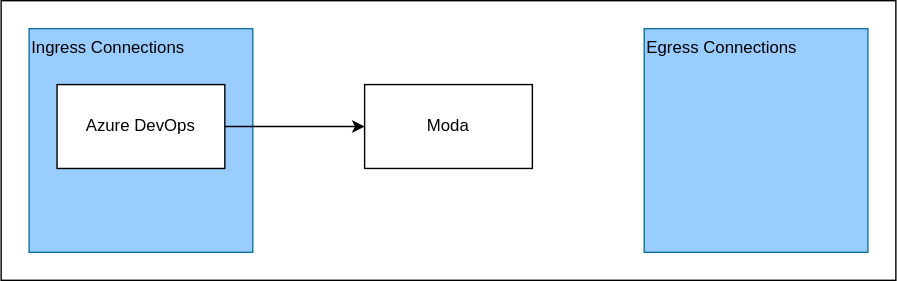
This is docs/app-integration-architecture.drawio.svg from destacey/Moda, a draw.io export, as it was before one commit. Source tidied: cells renumbered, new cells last; positions are measured from the earlier drawing's top-left corner, leaving out a move shared by most shapes. Source of this version:
```xml
<mxGraphModel>
  <root>
    <mxCell id="0" />
    <mxCell id="1" parent="0" />
    <mxCell id="2" style="rounded=0;whiteSpace=wrap;html=1;" parent="1" vertex="1">
      <mxGeometry width="640" height="200" as="geometry" />
    </mxCell>
    <mxCell id="3" value="Ingress Connections" style="rounded=0;whiteSpace=wrap;html=1;align=left;verticalAlign=top;fillColor=#99CCFF;strokeColor=#10739e;fontColor=#000000;" parent="1" vertex="1">
      <mxGeometry x="20" y="20" width="160" height="160" as="geometry" />
    </mxCell>
    <mxCell id="4" style="edgeStyle=none;html=1;exitX=1;exitY=0.5;exitDx=0;exitDy=0;entryX=0;entryY=0.5;entryDx=0;entryDy=0;fontColor=#FFFFFF;" parent="1" edge="1" source="5" target="6">
      <mxGeometry relative="1" as="geometry" />
    </mxCell>
    <mxCell id="5" value="Azure DevOps" style="rounded=0;whiteSpace=wrap;html=1;" parent="1" vertex="1">
      <mxGeometry x="40" y="60" width="120" height="60" as="geometry" />
    </mxCell>
    <mxCell id="6" value="Moda" style="rounded=0;whiteSpace=wrap;html=1;fontColor=#000000;" parent="1" vertex="1">
      <mxGeometry x="260" y="60" width="120" height="60" as="geometry" />
    </mxCell>
    <mxCell id="7" value="Egress Connections" style="rounded=0;whiteSpace=wrap;html=1;align=left;verticalAlign=top;fillColor=#99CCFF;strokeColor=#10739e;fontColor=#000000;" parent="1" vertex="1">
      <mxGeometry x="460" y="20" width="160" height="160" as="geometry" />
    </mxCell>
  </root>
</mxGraphModel>
```
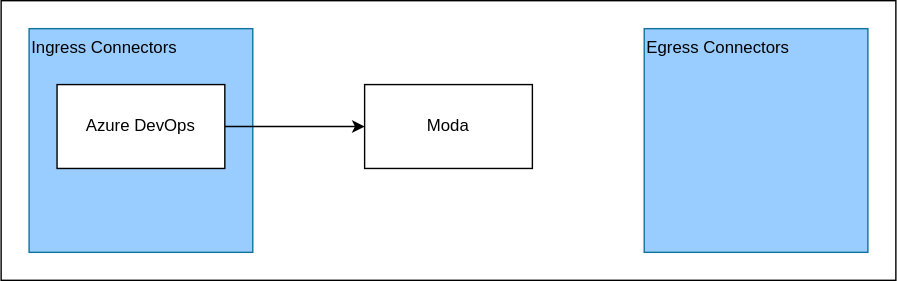
After the change.

Change to the diagram source:
```diff
@@ -5,7 +5,7 @@
     <mxCell id="2" style="rounded=0;whiteSpace=wrap;html=1;" parent="1" vertex="1">
       <mxGeometry width="640" height="200" as="geometry" />
     </mxCell>
-    <mxCell id="3" value="Ingress Connections" style="rounded=0;whiteSpace=wrap;html=1;align=left;verticalAlign=top;fillColor=#99CCFF;strokeColor=#10739e;fontColor=#000000;" parent="1" vertex="1">
+    <mxCell id="3" value="Ingress Connectors" style="rounded=0;whiteSpace=wrap;html=1;align=left;verticalAlign=top;fillColor=#99CCFF;strokeColor=#10739e;fontColor=#000000;" parent="1" vertex="1">
       <mxGeometry x="20" y="20" width="160" height="160" as="geometry" />
     </mxCell>
     <mxCell id="4" style="edgeStyle=none;html=1;exitX=1;exitY=0.5;exitDx=0;exitDy=0;entryX=0;entryY=0.5;entryDx=0;entryDy=0;fontColor=#FFFFFF;" parent="1" edge="1" source="5" target="6">
@@ -17,7 +17,7 @@
     <mxCell id="6" value="Moda" style="rounded=0;whiteSpace=wrap;html=1;fontColor=#000000;" parent="1" vertex="1">
       <mxGeometry x="260" y="60" width="120" height="60" as="geometry" />
     </mxCell>
-    <mxCell id="7" value="Egress Connections" style="rounded=0;whiteSpace=wrap;html=1;align=left;verticalAlign=top;fillColor=#99CCFF;strokeColor=#10739e;fontColor=#000000;" parent="1" vertex="1">
+    <mxCell id="7" value="Egress Connectors" style="rounded=0;whiteSpace=wrap;html=1;align=left;verticalAlign=top;fillColor=#99CCFF;strokeColor=#10739e;fontColor=#000000;" parent="1" vertex="1">
       <mxGeometry x="460" y="20" width="160" height="160" as="geometry" />
     </mxCell>
   </root>
```
